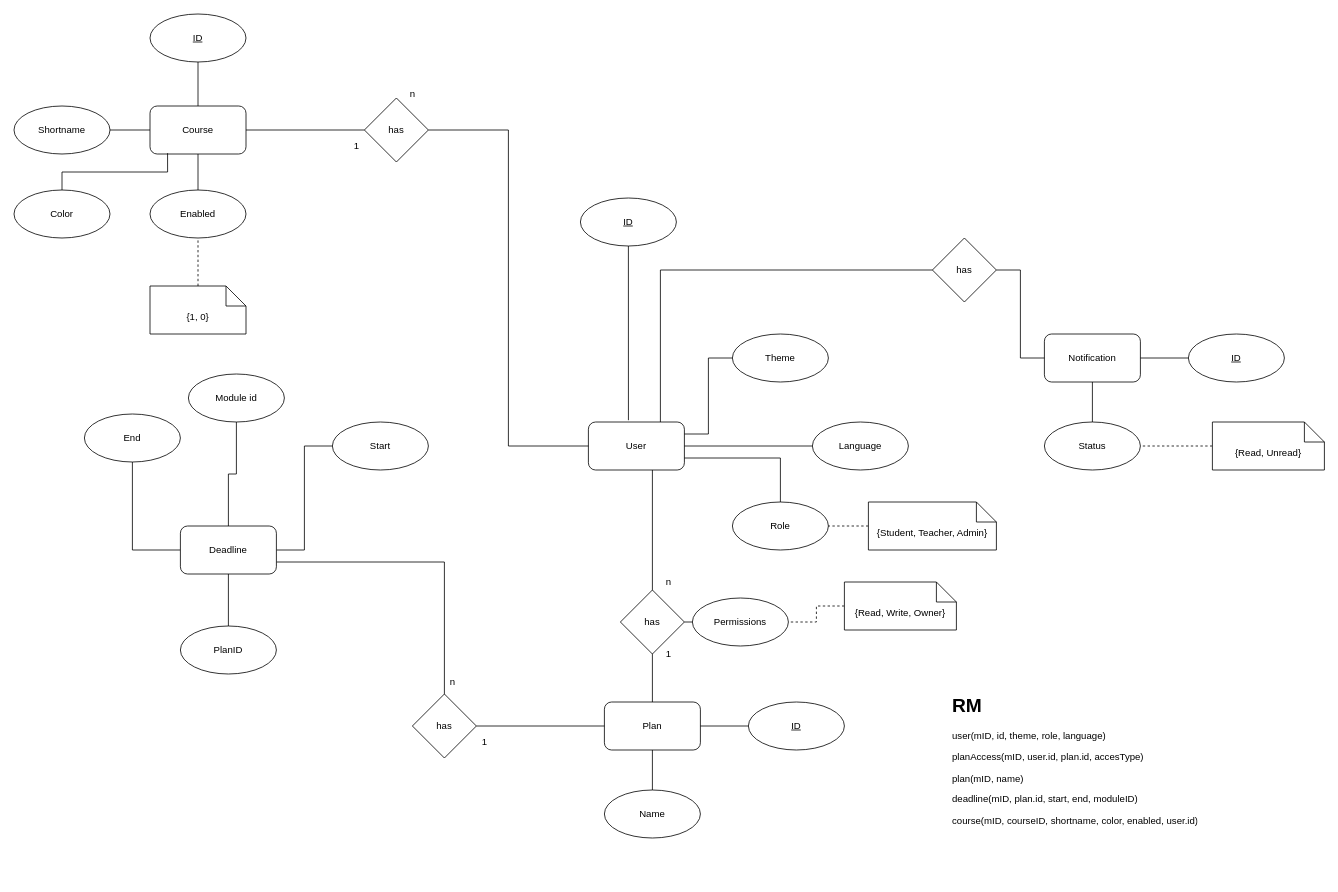
necodeIT/lb_planner keeps this draw.io diagram as page "LB Planner.php" (2 of 2) of LB Planner ERD.drawio. Above is the earlier version. Source tidied: cells renumbered, new cells numbered last; positions are measured from the earlier drawing's top-left corner, leaving out a move shared by most shapes. Both pictures are drawn from the tidied source at 80%, with x=0, y=0 at pixel (14, 14).
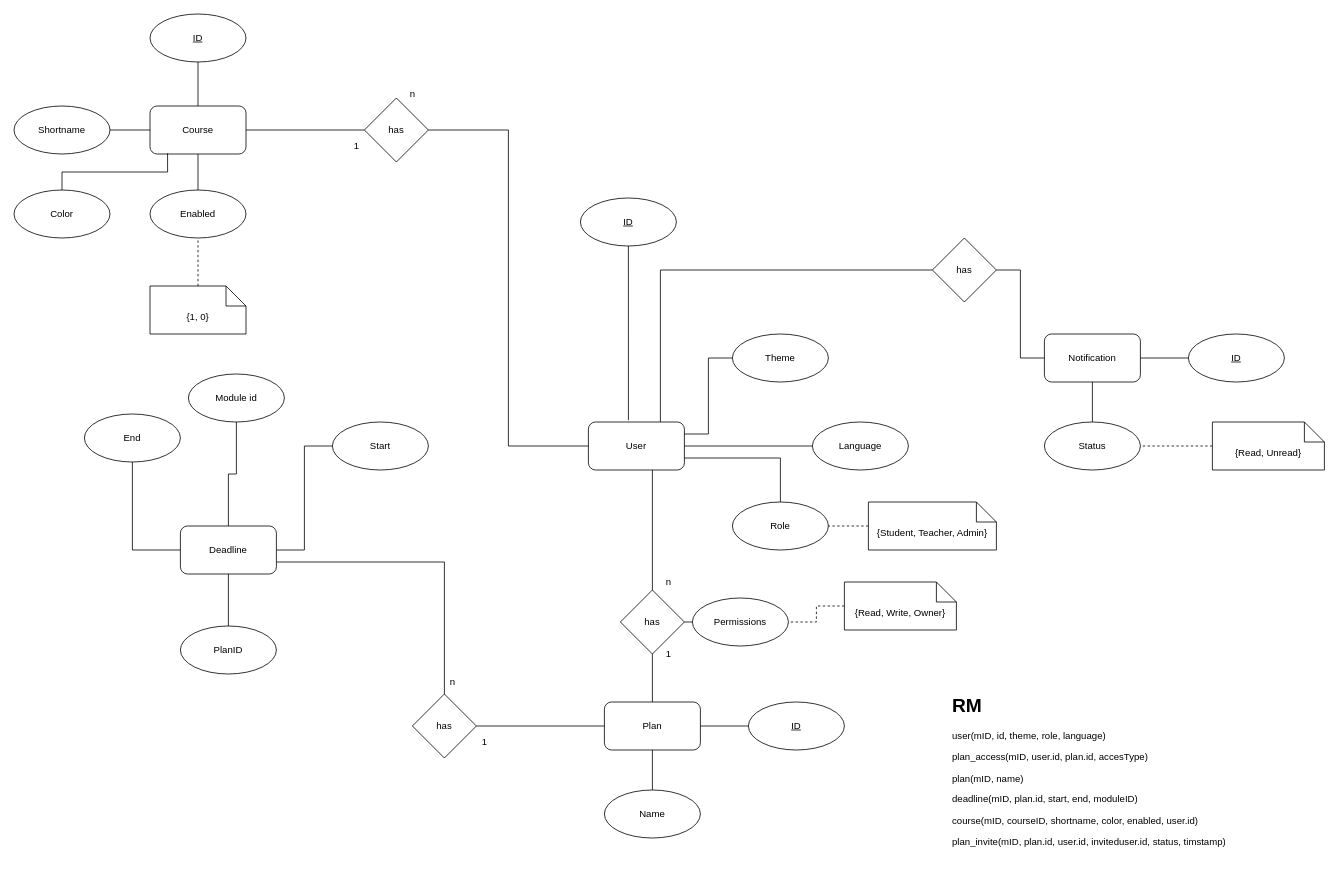
The same diagram, later.

What changed in the source:
```diff
@@
-    <mxCell id="67" value="&lt;h1&gt;RM&lt;/h1&gt;&lt;p&gt;user(mID, id, theme, role, language)&lt;/p&gt;&lt;p&gt;planAccess(mID, user.id, plan.id, accesType)&lt;/p&gt;&lt;p&gt;plan(mID, name)&lt;/p&gt;&lt;p&gt;deadline(mID, plan.id, start, end, moduleID)&lt;/p&gt;&lt;p&gt;course(mID, courseID, shortname, color, enabled, user.id)&lt;/p&gt;" style="text;html=1;strokeColor=none;fillColor=none;spacing=5;spacingTop=-20;whiteSpace=wrap;overflow=hidden;rounded=0;" parent="1" vertex="1">
-      <mxGeometry x="1168" y="845" width="340" height="195" as="geometry" />
+    <mxCell id="67" value="&lt;h1&gt;RM&lt;/h1&gt;&lt;p&gt;user(mID, id, theme, role, language)&lt;/p&gt;&lt;p&gt;plan_access(mID, user.id, plan.id, accesType)&lt;/p&gt;&lt;p&gt;plan(mID, name)&lt;/p&gt;&lt;p&gt;deadline(mID, plan.id, start, end, moduleID)&lt;/p&gt;&lt;p&gt;course(mID, courseID, shortname, color, enabled, user.id)&lt;/p&gt;&lt;p&gt;plan_invite(mID, plan.id, user.id, inviteduser.id, status, timstamp)&lt;/p&gt;" style="text;html=1;strokeColor=none;fillColor=none;spacing=5;spacingTop=-20;whiteSpace=wrap;overflow=hidden;rounded=0;" parent="1" vertex="1">
+      <mxGeometry x="1168" y="845" width="400" height="235" as="geometry" />
     </mxCell>
```
